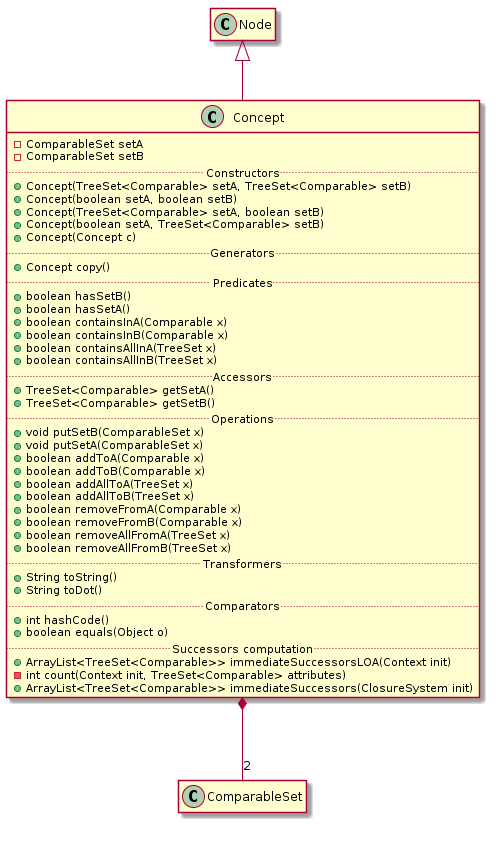
Earlier version of the PlantUML export api/lattice/Concept.png (EstrellaRL/java-lattices). Its diagram source:
```plantuml
@startuml Concept.png
class Concept {
    -ComparableSet setA
    -ComparableSet setB
    .. Constructors ..
    +Concept(TreeSet<Comparable> setA, TreeSet<Comparable> setB)
    +Concept(boolean setA, boolean setB)
    +Concept(TreeSet<Comparable> setA, boolean setB)
    +Concept(boolean setA, TreeSet<Comparable> setB)
    +Concept(Concept c)
    .. Generators ..
    +Concept copy()
    .. Predicates ..
    +boolean hasSetB()
    +boolean hasSetA()
    +boolean containsInA(Comparable x)
    +boolean containsInB(Comparable x)
    +boolean containsAllInA(TreeSet x)
    +boolean containsAllInB(TreeSet x)
    .. Accessors ..
    +TreeSet<Comparable> getSetA()
    +TreeSet<Comparable> getSetB()
    .. Operations ..
    +void putSetB(ComparableSet x)
    +void putSetA(ComparableSet x)
    +boolean addToA(Comparable x)
    +boolean addToB(Comparable x)
    +boolean addAllToA(TreeSet x)
    +boolean addAllToB(TreeSet x)
    +boolean removeFromA(Comparable x)
    +boolean removeFromB(Comparable x)
    +boolean removeAllFromA(TreeSet x)
    +boolean removeAllFromB(TreeSet x)
    .. Transformers ..
    +String toString()
    +String toDot()
    .. Comparators ..
    +int hashCode()
    +boolean equals(Object o)
    .. Successors computation ..
    +ArrayList<TreeSet<Comparable>> immediateSuccessorsLOA(Context init)
    -int count(Context init, TreeSet<Comparable> attributes)
    +ArrayList<TreeSet<Comparable>> immediateSuccessors(ClosureSystem init)
}

Node <|-- Concept

Concept *-- "2" ComparableSet

class ComparableSet {
    .. Constructors ..
    +ComparableSet()
    +ComparableSet(TreeSet<Comparable> set)
    .. Transformers ..
    +String toFile()
    .. Generators ..
    +ComparableSet copy()
    .. Comparators ..
    +boolean equals(Object object)
    +int hashCode()
    +int compareTo(Object object)
}

class Node {
	-int identifier
    -Object content
    -{static} int count = 0
	.. Constructors ..
    +Node(final Object content)
    +Node()
    +Node(final Node node)
	.. Creators ..
    +Node copy()
	.. Accessors ..
    +int getIdentifier()
    +Object getContent()
	.. Transformers ..
    +String toString()
    +String toDot()
	.. Comparators ..
    +boolean equals(final Object object)
    +int hashCode()
    +int compareTo(final Object object)
}



 hide members
 show Concept members
@enduml
```
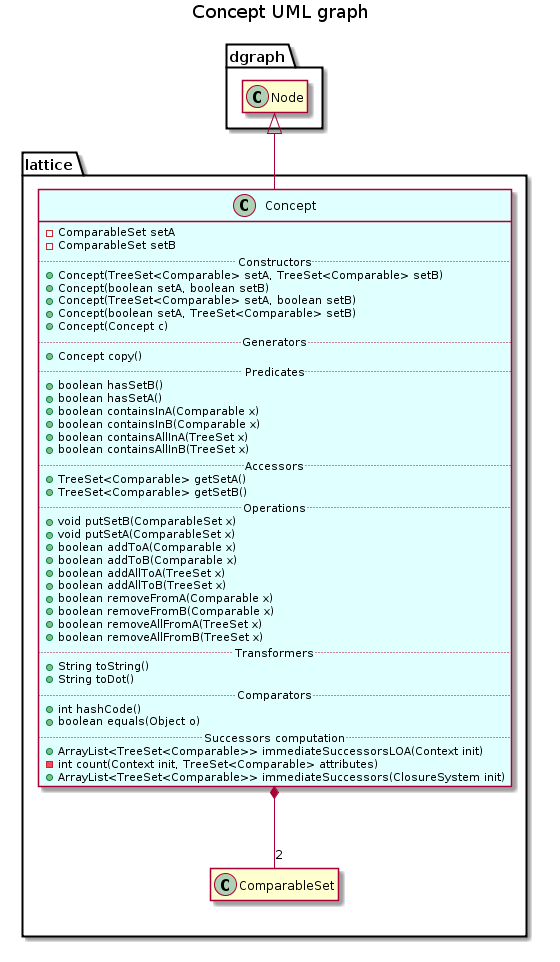
Above is the later version.

Diff of the diagram source:
```diff
@@ -1,90 +1,94 @@
 @startuml Concept.png
-class Concept {
-    -ComparableSet setA
-    -ComparableSet setB
-    .. Constructors ..
-    +Concept(TreeSet<Comparable> setA, TreeSet<Comparable> setB)
-    +Concept(boolean setA, boolean setB)
-    +Concept(TreeSet<Comparable> setA, boolean setB)
-    +Concept(boolean setA, TreeSet<Comparable> setB)
-    +Concept(Concept c)
-    .. Generators ..
-    +Concept copy()
-    .. Predicates ..
-    +boolean hasSetB()
-    +boolean hasSetA()
-    +boolean containsInA(Comparable x)
-    +boolean containsInB(Comparable x)
-    +boolean containsAllInA(TreeSet x)
-    +boolean containsAllInB(TreeSet x)
-    .. Accessors ..
-    +TreeSet<Comparable> getSetA()
-    +TreeSet<Comparable> getSetB()
-    .. Operations ..
-    +void putSetB(ComparableSet x)
-    +void putSetA(ComparableSet x)
-    +boolean addToA(Comparable x)
-    +boolean addToB(Comparable x)
-    +boolean addAllToA(TreeSet x)
-    +boolean addAllToB(TreeSet x)
-    +boolean removeFromA(Comparable x)
-    +boolean removeFromB(Comparable x)
-    +boolean removeAllFromA(TreeSet x)
-    +boolean removeAllFromB(TreeSet x)
-    .. Transformers ..
-    +String toString()
-    +String toDot()
-    .. Comparators ..
-    +int hashCode()
-    +boolean equals(Object o)
-    .. Successors computation ..
-    +ArrayList<TreeSet<Comparable>> immediateSuccessorsLOA(Context init)
-    -int count(Context init, TreeSet<Comparable> attributes)
-    +ArrayList<TreeSet<Comparable>> immediateSuccessors(ClosureSystem init)
+package dgraph {
+    class Node {
+        -int identifier
+        -Object content
+        -{static} int count = 0
+        .. Constructors ..
+        +Node(final Object content)
+        +Node()
+        +Node(final Node node)
+        .. Creators ..
+        +Node copy()
+        .. Accessors ..
+        +int getIdentifier()
+        +Object getContent()
+        .. Transformers ..
+        +String toString()
+        +String toDot()
+        .. Comparators ..
+        +boolean equals(final Object object)
+        +int hashCode()
+        +int compareTo(final Object object)
+    }
 }
+package lattice {
+    class Concept {
+        -ComparableSet setA
+        -ComparableSet setB
+        .. Constructors ..
+        +Concept(TreeSet<Comparable> setA, TreeSet<Comparable> setB)
+        +Concept(boolean setA, boolean setB)
+        +Concept(TreeSet<Comparable> setA, boolean setB)
+        +Concept(boolean setA, TreeSet<Comparable> setB)
+        +Concept(Concept c)
+        .. Generators ..
+        +Concept copy()
+        .. Predicates ..
+        +boolean hasSetB()
+        +boolean hasSetA()
+        +boolean containsInA(Comparable x)
+        +boolean containsInB(Comparable x)
+        +boolean containsAllInA(TreeSet x)
+        +boolean containsAllInB(TreeSet x)
+        .. Accessors ..
+        +TreeSet<Comparable> getSetA()
+        +TreeSet<Comparable> getSetB()
+        .. Operations ..
+        +void putSetB(ComparableSet x)
+        +void putSetA(ComparableSet x)
+        +boolean addToA(Comparable x)
+        +boolean addToB(Comparable x)
+        +boolean addAllToA(TreeSet x)
+        +boolean addAllToB(TreeSet x)
+        +boolean removeFromA(Comparable x)
+        +boolean removeFromB(Comparable x)
+        +boolean removeAllFromA(TreeSet x)
+        +boolean removeAllFromB(TreeSet x)
+        .. Transformers ..
+        +String toString()
+        +String toDot()
+        .. Comparators ..
+        +int hashCode()
+        +boolean equals(Object o)
+        .. Successors computation ..
+        +ArrayList<TreeSet<Comparable>> immediateSuccessorsLOA(Context init)
+        -int count(Context init, TreeSet<Comparable> attributes)
+        +ArrayList<TreeSet<Comparable>> immediateSuccessors(ClosureSystem init)
+    }
 
-Node <|-- Concept
+    Node <|-- Concept
 
-Concept *-- "2" ComparableSet
-
-class ComparableSet {
-    .. Constructors ..
-    +ComparableSet()
-    +ComparableSet(TreeSet<Comparable> set)
-    .. Transformers ..
-    +String toFile()
-    .. Generators ..
-    +ComparableSet copy()
-    .. Comparators ..
-    +boolean equals(Object object)
-    +int hashCode()
-    +int compareTo(Object object)
+    Concept *-- "2" ComparableSet
 }
-
-class Node {
-	-int identifier
-    -Object content
-    -{static} int count = 0
-	.. Constructors ..
-    +Node(final Object content)
-    +Node()
-    +Node(final Node node)
-	.. Creators ..
-    +Node copy()
-	.. Accessors ..
-    +int getIdentifier()
-    +Object getContent()
-	.. Transformers ..
-    +String toString()
-    +String toDot()
-	.. Comparators ..
-    +boolean equals(final Object object)
-    +int hashCode()
-    +int compareTo(final Object object)
+package lattice {
+    class ComparableSet {
+        .. Constructors ..
+        +ComparableSet()
+        +ComparableSet(TreeSet<Comparable> set)
+        .. Transformers ..
+        +String toFile()
+        .. Generators ..
+        +ComparableSet copy()
+        .. Comparators ..
+        +boolean equals(Object object)
+        +int hashCode()
+        +int compareTo(Object object)
+    }
 }
-
-
 
  hide members
  show Concept members
+ class Concept #LightCyan
+ title Concept UML graph
 @enduml
```
